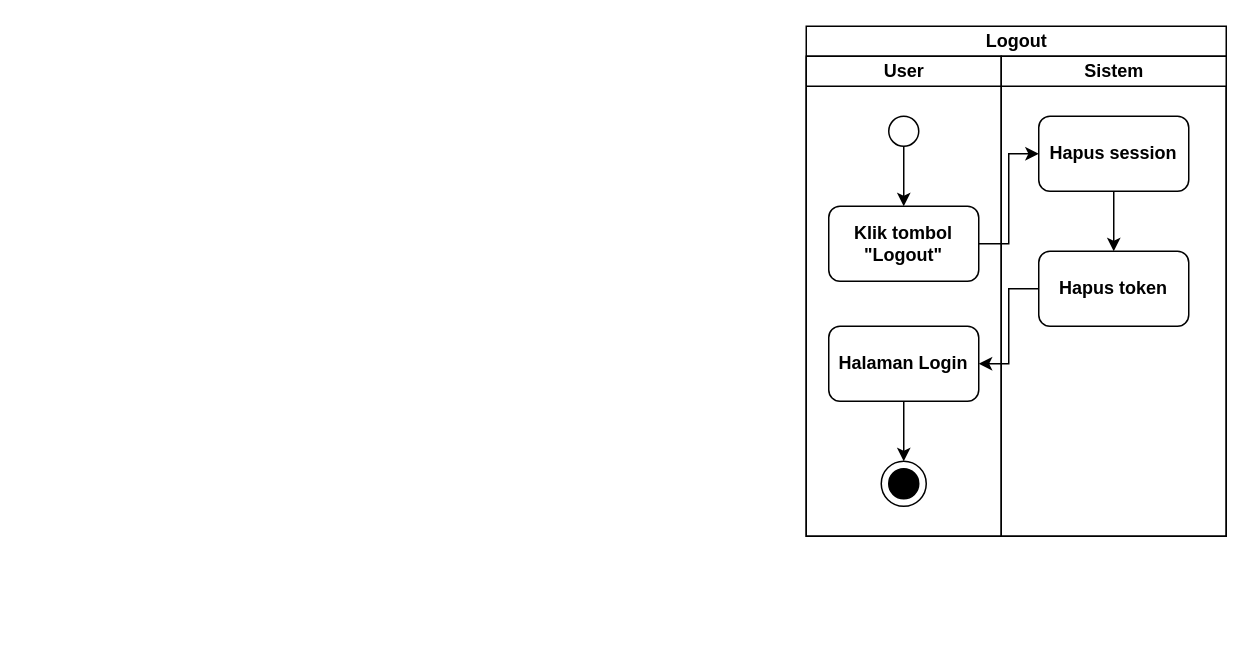
Earlier version of the draw.io diagram page "logout" (18 of 19) of assets/uml/activity-diagram.drawio (RIOKOWI/warmindo_purnama_flutter). Source tidied: cells renumbered, new cells numbered last; positions are measured from the earlier drawing's top-left corner, leaving out a move shared by most shapes. Both pictures are drawn from the tidied source at 150%, with x=0, y=0 at pixel (26, 26).
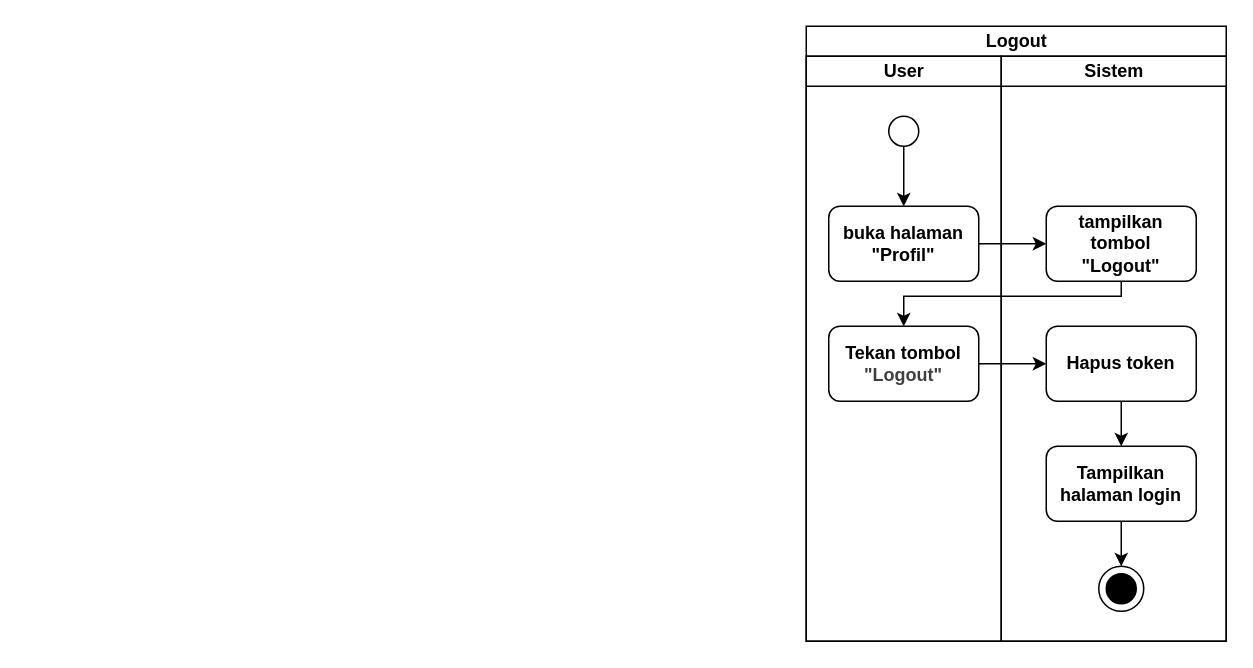
Above is the later version.

Commit message:
docs(uml): refactor activity diagram logout

Unchanged cells that the change refers to:
```xml
<mxCell id="8" style="ellipse;whiteSpace=wrap;html=1;strokeColor=default;align=center;verticalAlign=middle;fontFamily=Helvetica;fontSize=12;fontColor=default;fontStyle=1;fillColor=default;" parent="7" vertex="1">
  <mxGeometry width="30" height="30" as="geometry" />
</mxCell>
```

The edit, as a diff of the source:
```diff
@@
     <mxCell id="3" value="Logout" style="swimlane;startSize=20;html=1;" parent="1" vertex="1">
-      <mxGeometry x="520" width="280" height="340" as="geometry" />
+      <mxGeometry x="520" width="280" height="410" as="geometry" />
     </mxCell>
     <mxCell id="4" value="User" style="swimlane;startSize=20;html=1;" parent="3" vertex="1">
-      <mxGeometry y="20" width="130" height="320" as="geometry" />
+      <mxGeometry y="20" width="130" height="390" as="geometry" />
     </mxCell>
@@
+    <mxCell id="10" value="buka halaman&lt;div&gt;&quot;Profil&quot;&lt;/div&gt;" style="rounded=1;whiteSpace=wrap;html=1;strokeColor=default;align=center;verticalAlign=middle;fontFamily=Helvetica;fontSize=12;fontColor=default;fontStyle=1;fillColor=default;" parent="4" vertex="1">
+      <mxGeometry x="15" y="100" width="100" height="50" as="geometry" />
+    </mxCell>
+    <mxCell id="12" value="Tekan tombol&lt;div&gt;&lt;span style=&quot;color: rgb(63, 63, 63);&quot;&gt;&quot;Logout&quot;&lt;/span&gt;&lt;/div&gt;" style="rounded=1;whiteSpace=wrap;html=1;strokeColor=default;align=center;verticalAlign=middle;fontFamily=Helvetica;fontSize=12;fontColor=default;fontStyle=1;fillColor=default;" parent="4" vertex="1">
+      <mxGeometry x="15" y="180" width="100" height="50" as="geometry" />
+    </mxCell>
+    <mxCell id="13" value="Sistem" style="swimlane;startSize=20;html=1;" parent="3" vertex="1">
+      <mxGeometry x="130" y="20" width="150" height="390" as="geometry" />
+    </mxCell>
+    <mxCell id="19" style="edgeStyle=orthogonalEdgeStyle;shape=connector;curved=0;rounded=0;html=1;entryX=0.5;entryY=0;entryDx=0;entryDy=0;strokeColor=default;align=center;verticalAlign=middle;fontFamily=Helvetica;fontSize=12;fontColor=default;fontStyle=1;labelBackgroundColor=default;endArrow=classic;" parent="13" edge="1" source="14" target="22">
+      <mxGeometry relative="1" as="geometry" />
+    </mxCell>
+    <mxCell id="14" value="Hapus token" style="rounded=1;whiteSpace=wrap;html=1;strokeColor=default;align=center;verticalAlign=middle;fontFamily=Helvetica;fontSize=12;fontColor=default;fontStyle=1;fillColor=default;" parent="13" vertex="1">
+      <mxGeometry x="30" y="180" width="100" height="50" as="geometry" />
+    </mxCell>
+    <mxCell id="15" style="edgeStyle=orthogonalEdgeStyle;shape=connector;rounded=0;html=1;entryX=0.5;entryY=0;entryDx=0;entryDy=0;strokeColor=default;align=center;verticalAlign=middle;fontFamily=Helvetica;fontSize=12;fontColor=default;fontStyle=1;labelBackgroundColor=default;endArrow=classic;curved=0;" parent="13" edge="1" target="12">
+      <mxGeometry relative="1" as="geometry">
+        <mxPoint x="80" y="140" as="sourcePoint" />
+        <Array as="points">
+          <mxPoint x="80" y="160" />
+          <mxPoint x="-65" y="160" />
+        </Array>
+      </mxGeometry>
+    </mxCell>
+    <mxCell id="20" value="tampilkan tombol&lt;div&gt;&quot;Logout&quot;&lt;/div&gt;" style="rounded=1;whiteSpace=wrap;html=1;strokeColor=default;align=center;verticalAlign=middle;fontFamily=Helvetica;fontSize=12;fontColor=default;fontStyle=1;fillColor=default;" parent="13" vertex="1">
+      <mxGeometry x="30" y="100" width="100" height="50" as="geometry" />
+    </mxCell>
+    <mxCell id="21" style="edgeStyle=orthogonalEdgeStyle;shape=connector;curved=0;rounded=0;html=1;entryX=0.5;entryY=0;entryDx=0;entryDy=0;strokeColor=default;align=center;verticalAlign=middle;fontFamily=Helvetica;fontSize=12;fontColor=default;fontStyle=1;labelBackgroundColor=default;endArrow=classic;" parent="13" edge="1" source="22" target="8">
+      <mxGeometry relative="1" as="geometry" />
+    </mxCell>
+    <mxCell id="22" value="Tampilkan halaman login" style="rounded=1;whiteSpace=wrap;html=1;strokeColor=default;align=center;verticalAlign=middle;fontFamily=Helvetica;fontSize=12;fontColor=default;fontStyle=1;fillColor=default;" parent="13" vertex="1">
+      <mxGeometry x="30" y="260" width="100" height="50" as="geometry" />
+    </mxCell>
-    <mxCell id="7" style="group;" parent="4" vertex="1">
-      <mxGeometry x="50" y="270" width="30" height="30" as="geometry" />
+    <mxCell id="7" style="group;" parent="13" vertex="1">
+      <mxGeometry x="65" y="340" width="30" height="30" as="geometry" />
     </mxCell>
@@
-    <mxCell id="10" value="Klik tombol&lt;div&gt;&quot;Logout&quot;&lt;/div&gt;" style="rounded=1;whiteSpace=wrap;html=1;strokeColor=default;align=center;verticalAlign=middle;fontFamily=Helvetica;fontSize=12;fontColor=default;fontStyle=1;fillColor=default;" parent="4" vertex="1">
-      <mxGeometry x="15" y="100" width="100" height="50" as="geometry" />
-    </mxCell>
-    <mxCell id="11" style="edgeStyle=orthogonalEdgeStyle;shape=connector;rounded=0;html=1;entryX=0.5;entryY=0;entryDx=0;entryDy=0;strokeColor=default;align=center;verticalAlign=middle;fontFamily=Helvetica;fontSize=12;fontColor=default;fontStyle=1;labelBackgroundColor=default;endArrow=classic;curved=0;" parent="4" edge="1" source="12" target="8">
-      <mxGeometry relative="1" as="geometry" />
-    </mxCell>
-    <mxCell id="12" value="Halaman Login" style="rounded=1;whiteSpace=wrap;html=1;strokeColor=default;align=center;verticalAlign=middle;fontFamily=Helvetica;fontSize=12;fontColor=default;fontStyle=1;fillColor=default;" parent="4" vertex="1">
-      <mxGeometry x="15" y="180" width="100" height="50" as="geometry" />
-    </mxCell>
-    <mxCell id="13" value="Sistem" style="swimlane;startSize=20;html=1;" parent="3" vertex="1">
-      <mxGeometry x="130" y="20" width="150" height="320" as="geometry" />
-    </mxCell>
-    <mxCell id="14" value="Hapus token" style="rounded=1;whiteSpace=wrap;html=1;strokeColor=default;align=center;verticalAlign=middle;fontFamily=Helvetica;fontSize=12;fontColor=default;fontStyle=1;fillColor=default;" parent="13" vertex="1">
-      <mxGeometry x="25" y="130" width="100" height="50" as="geometry" />
-    </mxCell>
-    <mxCell id="15" style="edgeStyle=orthogonalEdgeStyle;shape=connector;rounded=0;html=1;entryX=0.5;entryY=0;entryDx=0;entryDy=0;strokeColor=default;align=center;verticalAlign=middle;fontFamily=Helvetica;fontSize=12;fontColor=default;fontStyle=1;labelBackgroundColor=default;endArrow=classic;curved=0;" parent="13" edge="1" source="16" target="14">
-      <mxGeometry relative="1" as="geometry" />
-    </mxCell>
-    <mxCell id="16" value="Hapus session" style="rounded=1;whiteSpace=wrap;html=1;strokeColor=default;align=center;verticalAlign=middle;fontFamily=Helvetica;fontSize=12;fontColor=default;fontStyle=1;fillColor=default;" parent="13" vertex="1">
-      <mxGeometry x="25" y="40" width="100" height="50" as="geometry" />
-    </mxCell>
-    <mxCell id="17" style="edgeStyle=orthogonalEdgeStyle;shape=connector;rounded=0;html=1;entryX=0;entryY=0.5;entryDx=0;entryDy=0;strokeColor=default;align=center;verticalAlign=middle;fontFamily=Helvetica;fontSize=12;fontColor=default;fontStyle=1;labelBackgroundColor=default;endArrow=classic;curved=0;" parent="3" edge="1" source="10" target="16">
+    <mxCell id="17" style="edgeStyle=orthogonalEdgeStyle;shape=connector;rounded=0;html=1;entryX=0;entryY=0.5;entryDx=0;entryDy=0;strokeColor=default;align=center;verticalAlign=middle;fontFamily=Helvetica;fontSize=12;fontColor=default;fontStyle=1;labelBackgroundColor=default;endArrow=classic;curved=0;" parent="3" edge="1" source="10" target="20">
       <mxGeometry relative="1" as="geometry" />
     </mxCell>
-    <mxCell id="18" style="edgeStyle=orthogonalEdgeStyle;shape=connector;rounded=0;html=1;entryX=1;entryY=0.5;entryDx=0;entryDy=0;strokeColor=default;align=center;verticalAlign=middle;fontFamily=Helvetica;fontSize=12;fontColor=default;fontStyle=1;labelBackgroundColor=default;endArrow=classic;curved=0;" parent="3" edge="1" source="14" target="12">
-      <mxGeometry relative="1" as="geometry" />
-    </mxCell>
+    <mxCell id="23" style="edgeStyle=orthogonalEdgeStyle;shape=connector;curved=0;rounded=0;html=1;strokeColor=default;align=center;verticalAlign=middle;fontFamily=Helvetica;fontSize=12;fontColor=default;fontStyle=1;labelBackgroundColor=default;endArrow=classic;" parent="3" edge="1" source="12" target="14">
+      <mxGeometry relative="1" as="geometry" />
+    </mxCell>
```
